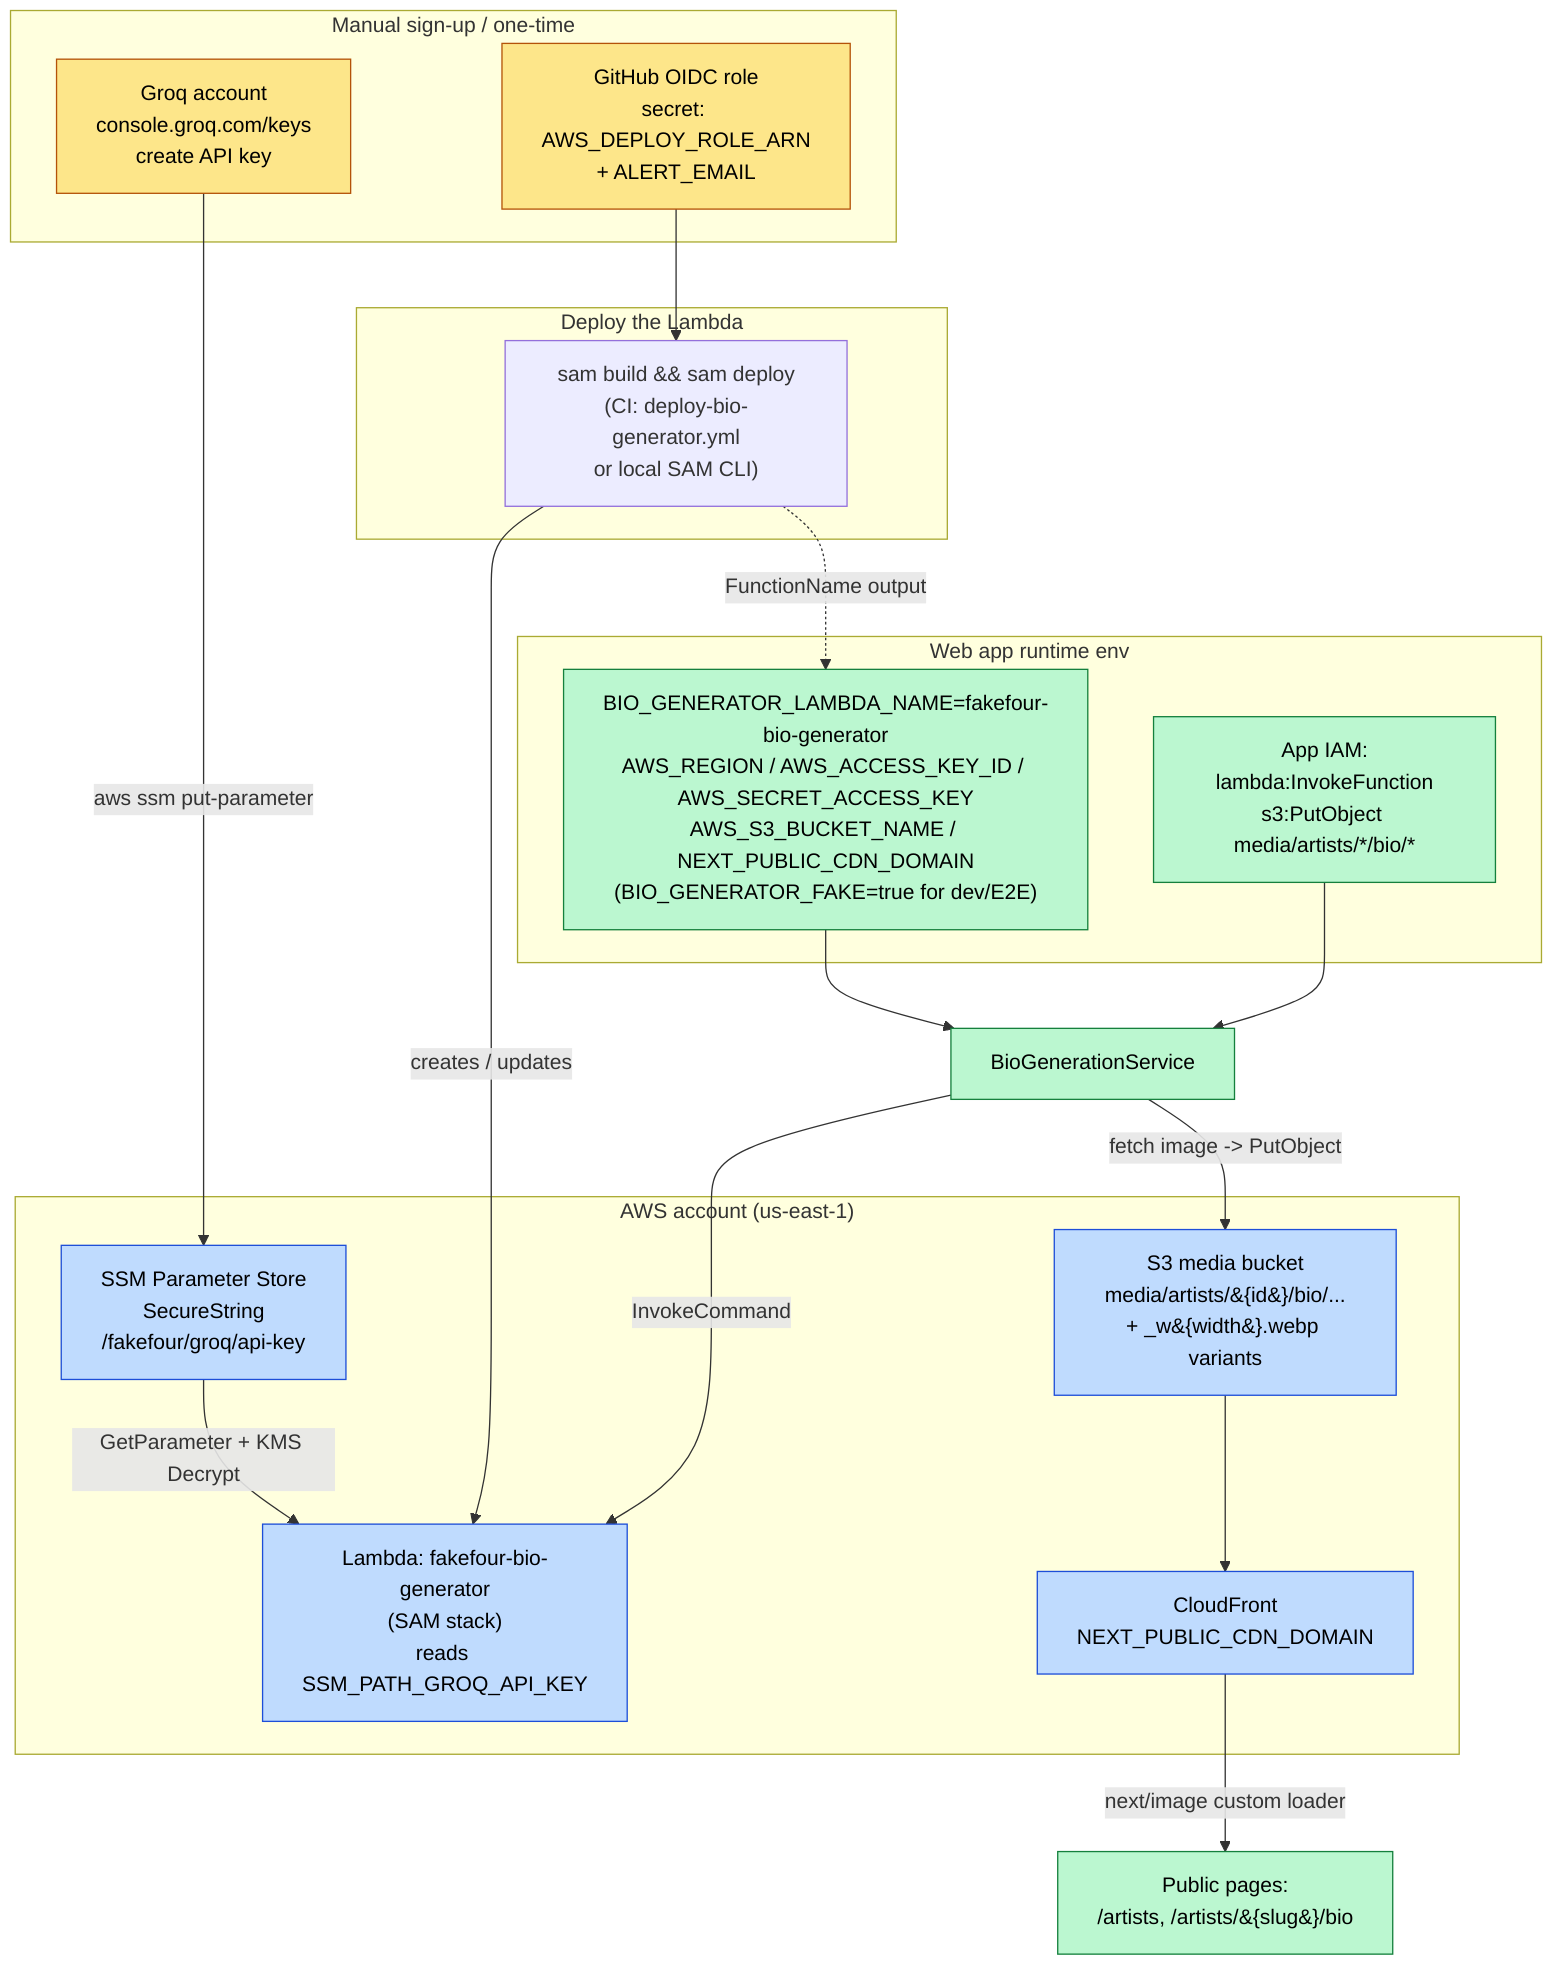
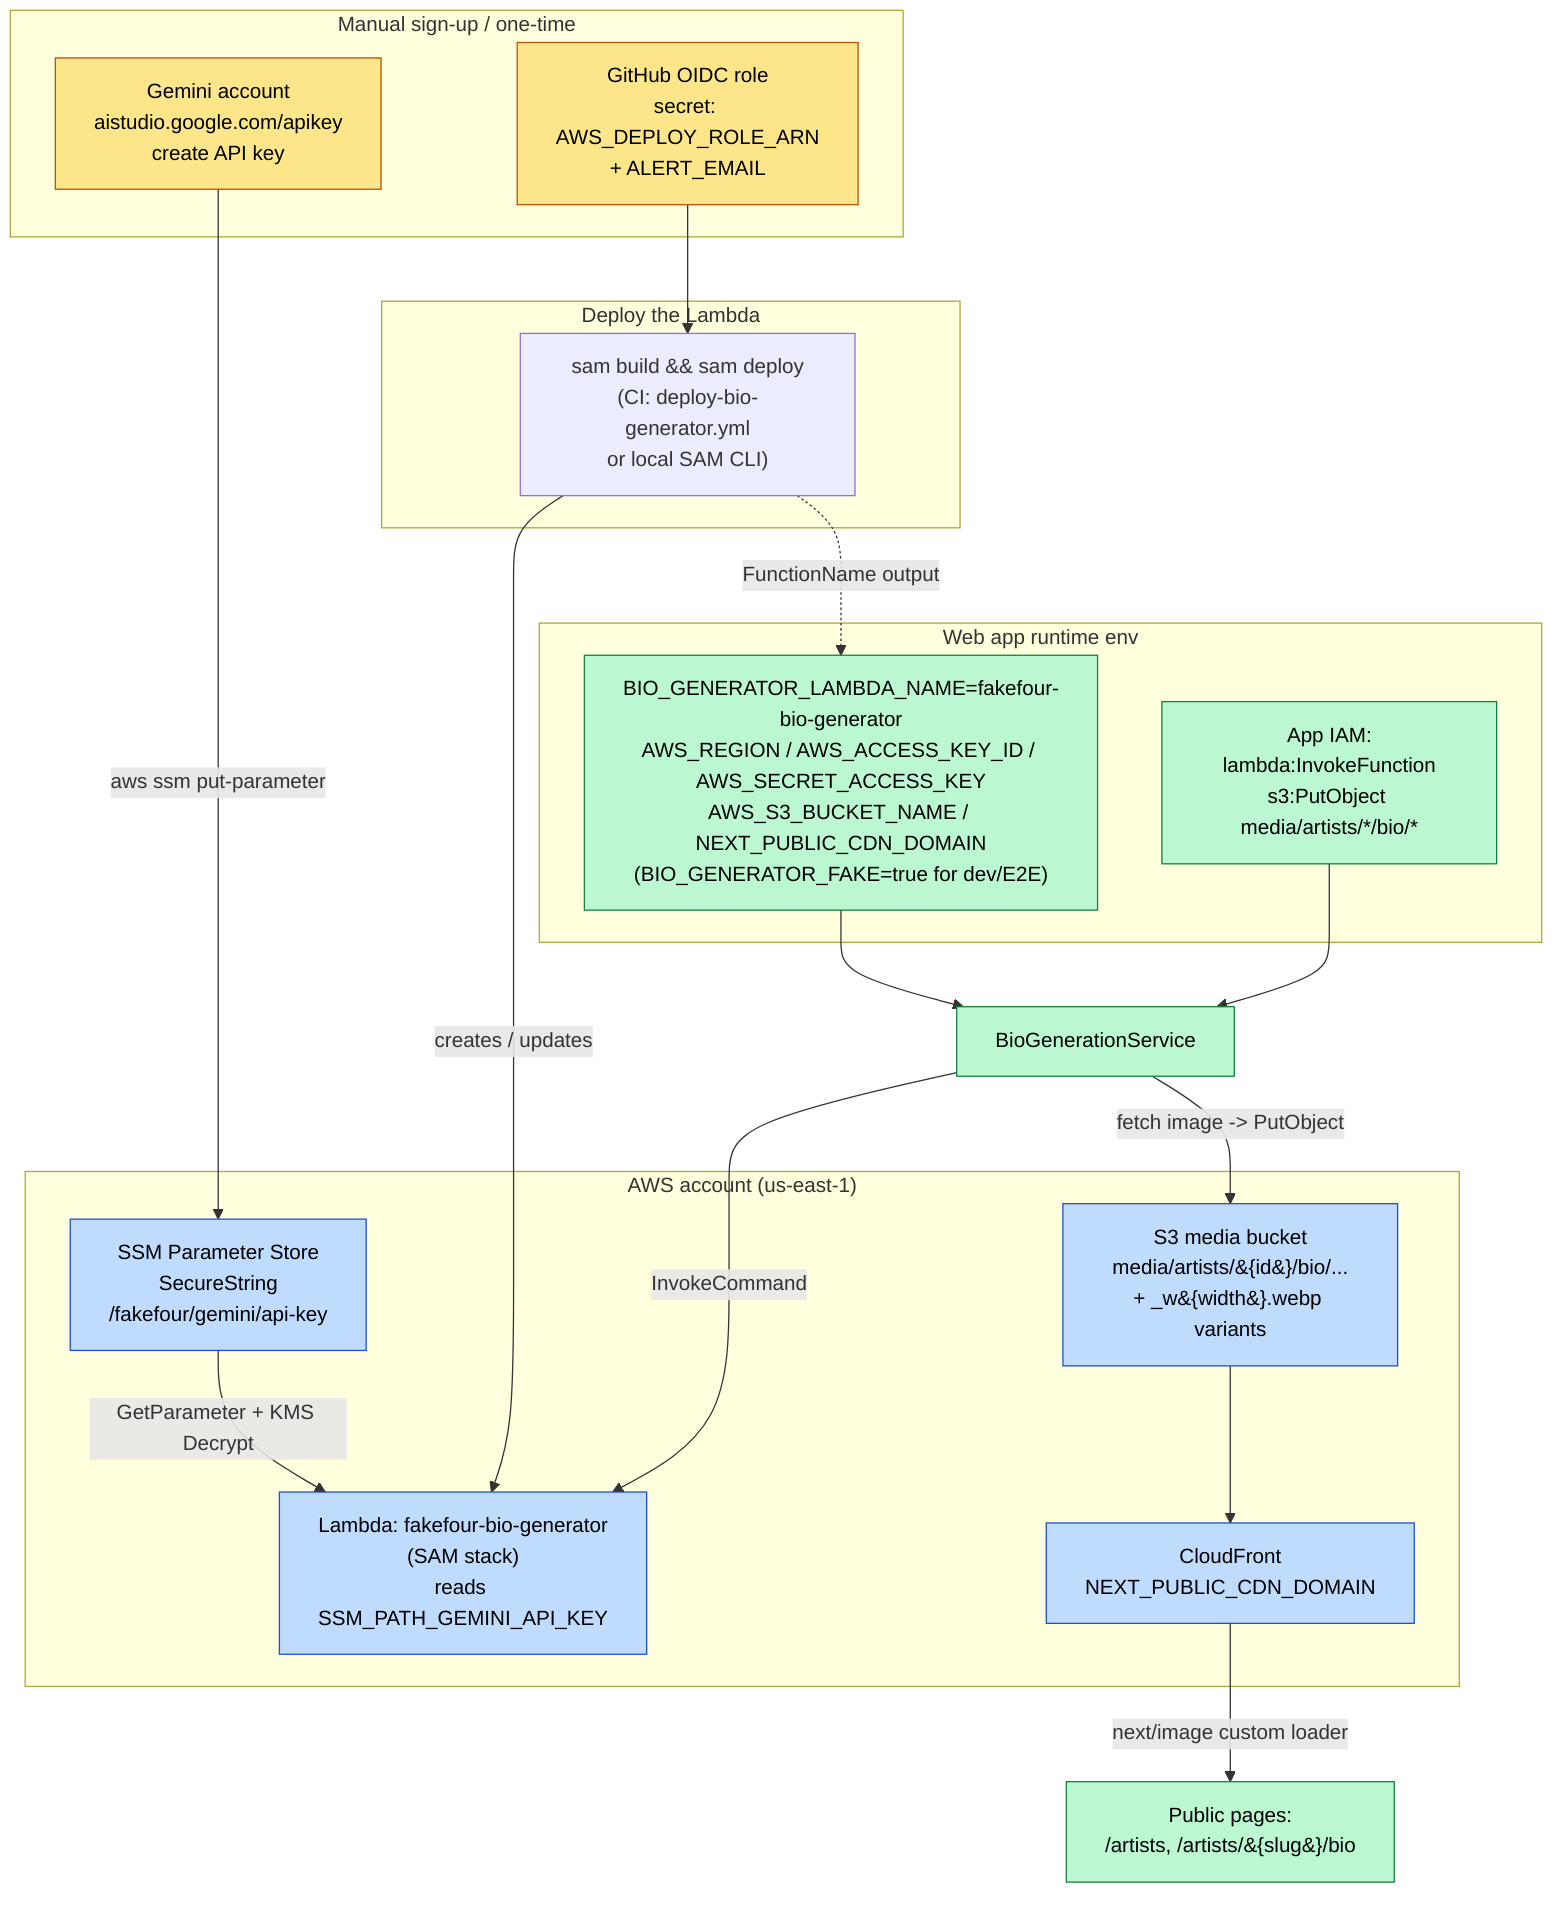
%% Setup, secrets & configuration flow for the AI artist-bio feature.
flowchart TD
    subgraph MANUAL["Manual sign-up / one-time"]
-         GROQ["Groq account<br/>console.groq.com/keys<br/>create API key"]
+         GEMINI["Gemini account<br/>aistudio.google.com/apikey<br/>create API key"]
        OIDC["GitHub OIDC role<br/>secret: AWS_DEPLOY_ROLE_ARN<br/>+ ALERT_EMAIL"]
    end

    subgraph AWS["AWS account (us-east-1)"]
-         SSM["SSM Parameter Store<br/>SecureString<br/>/fakefour/groq/api-key"]
-         LAMBDA["Lambda: fakefour-bio-generator<br/>(SAM stack)<br/>reads SSM_PATH_GROQ_API_KEY"]
+         SSM["SSM Parameter Store<br/>SecureString<br/>/fakefour/gemini/api-key"]
+         LAMBDA["Lambda: fakefour-bio-generator<br/>(SAM stack)<br/>reads SSM_PATH_GEMINI_API_KEY"]
        S3["S3 media bucket<br/>media/artists/&#123;id&#125;/bio/...<br/>+ _w&#123;width&#125;.webp variants"]
        CF["CloudFront<br/>NEXT_PUBLIC_CDN_DOMAIN"]
    end

    subgraph DEPLOY["Deploy the Lambda"]
        SAM["sam build && sam deploy<br/>(CI: deploy-bio-generator.yml<br/>or local SAM CLI)"]
    end

    subgraph WEBAPP["Web app runtime env"]
        ENV["BIO_GENERATOR_LAMBDA_NAME=fakefour-bio-generator<br/>AWS_REGION / AWS_ACCESS_KEY_ID / AWS_SECRET_ACCESS_KEY<br/>AWS_S3_BUCKET_NAME / NEXT_PUBLIC_CDN_DOMAIN<br/>(BIO_GENERATOR_FAKE=true for dev/E2E)"]
        IAM["App IAM:<br/>lambda:InvokeFunction<br/>s3:PutObject media/artists/*/bio/*"]
    end

-     GROQ -->|aws ssm put-parameter| SSM
+     GEMINI -->|aws ssm put-parameter| SSM
    OIDC --> SAM
    SAM -->|creates / updates| LAMBDA
    SAM -.->|FunctionName output| ENV
    SSM -->|GetParameter + KMS Decrypt| LAMBDA

    ENV --> APP["BioGenerationService"]
    IAM --> APP
    APP -->|InvokeCommand| LAMBDA
    APP -->|fetch image -> PutObject| S3
    S3 --> CF
    CF -->|next/image custom loader| PUBLIC["Public pages:<br/>/artists, /artists/&#123;slug&#125;/bio"]

    classDef manual fill:#fde68a,stroke:#b45309,color:#000;
    classDef aws fill:#bfdbfe,stroke:#1d4ed8,color:#000;
    classDef app fill:#bbf7d0,stroke:#15803d,color:#000;
-     class GROQ,OIDC manual;
+     class GEMINI,OIDC manual;
    class SSM,LAMBDA,S3,CF aws;
    class ENV,IAM,APP,PUBLIC app;
